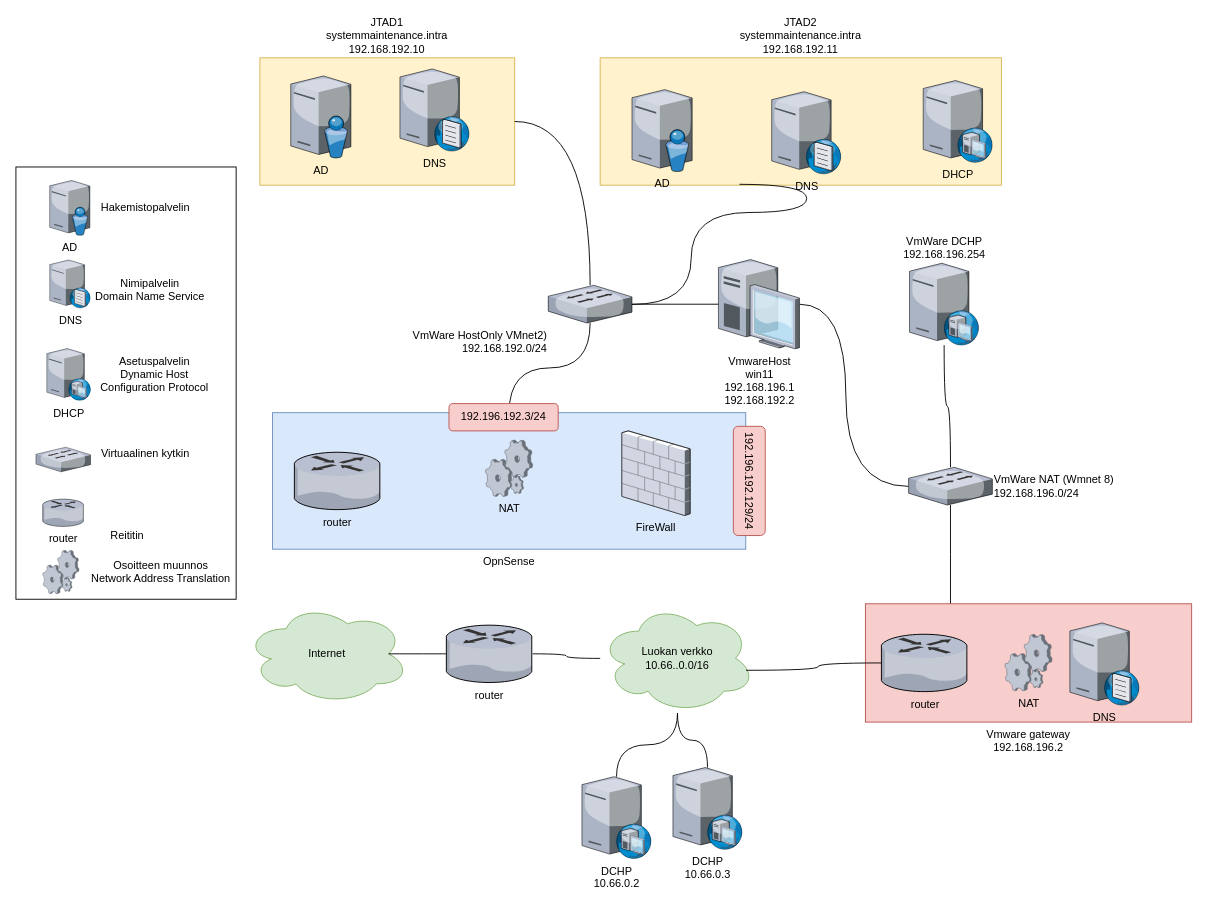
NikoKoskinen/jarjestelmatuki keeps this draw.io diagram as jt verkko.drawio. Above is the earlier version. Source tidied: cells renumbered, new cells numbered last; positions are measured from the earlier drawing's top-left corner, leaving out a move shared by most shapes. Both pictures are drawn from the tidied source at 91%, with x=0, y=0 at pixel (15, 57).
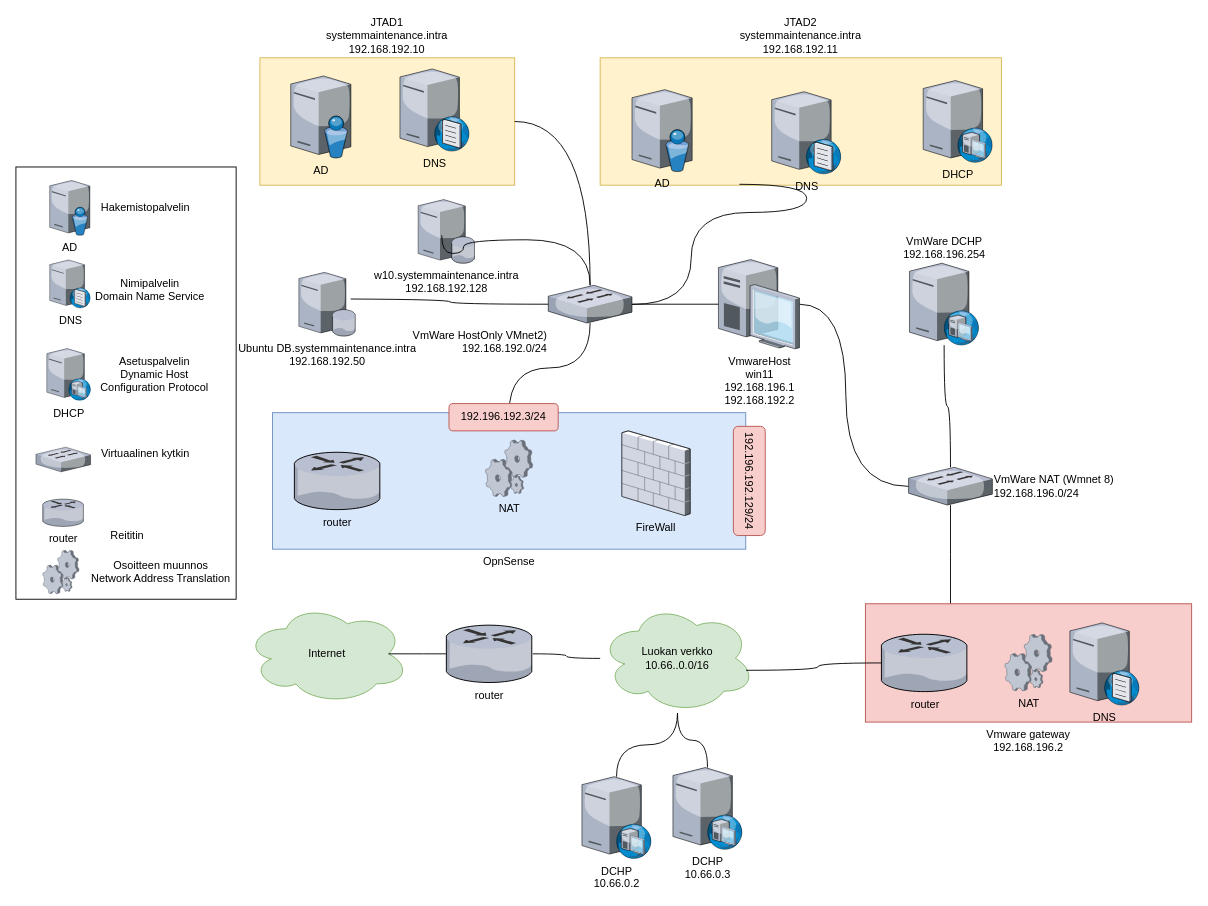
Above is the later version.

The change refers to these unchanged cells:
```xml
<mxCell id="12" value="VmWare HostOnly VMnet2)&lt;br&gt;192.168.192.0/24" style="verticalLabelPosition=bottom;sketch=0;html=1;verticalAlign=top;strokeColor=none;align=right;outlineConnect=0;shape=mxgraph.citrix.switch;labelPosition=left;" parent="1" vertex="1">
  <mxGeometry x="585" y="250" width="92" height="41.5" as="geometry" />
</mxCell>
```

What changed in the source:
```diff
@@
+    <mxCell id="56" value="Ubuntu DB.systemmaintenance.intra&lt;br&gt;192.168.192.50" style="verticalLabelPosition=bottom;sketch=0;html=1;verticalAlign=top;strokeColor=none;align=center;shape=mxgraph.citrix.database_server;" parent="1" vertex="1">
+      <mxGeometry x="310.9" y="235.8" width="62.2" height="70" as="geometry" />
+    </mxCell>
+    <mxCell id="57" value="w10.systemmaintenance.intra&lt;br&gt;192.168.192.128" style="verticalLabelPosition=bottom;sketch=0;html=1;verticalAlign=top;strokeColor=none;align=center;shape=mxgraph.citrix.database_server;" parent="1" vertex="1">
+      <mxGeometry x="442" y="155.8" width="62.2" height="70" as="geometry" />
+    </mxCell>
+    <mxCell id="58" style="edgeStyle=orthogonalEdgeStyle;curved=1;jettySize=auto;html=1;endArrow=none;endFill=0;" parent="1" edge="1" source="12">
+      <mxGeometry relative="1" as="geometry">
+        <mxPoint x="367.9" y="265.1" as="targetPoint" />
+      </mxGeometry>
+    </mxCell>
+    <mxCell id="59" style="edgeStyle=orthogonalEdgeStyle;curved=1;jettySize=auto;html=1;endArrow=none;endFill=0;" parent="1" edge="1" source="12">
+      <mxGeometry relative="1" as="geometry">
+        <mxPoint x="467.9" y="195.1" as="targetPoint" />
+        <Array as="points">
+          <mxPoint x="631" y="200" />
+          <mxPoint x="492" y="200" />
+          <mxPoint x="492" y="215" />
+          <mxPoint x="468" y="215" />
+        </Array>
+      </mxGeometry>
+    </mxCell>
```
